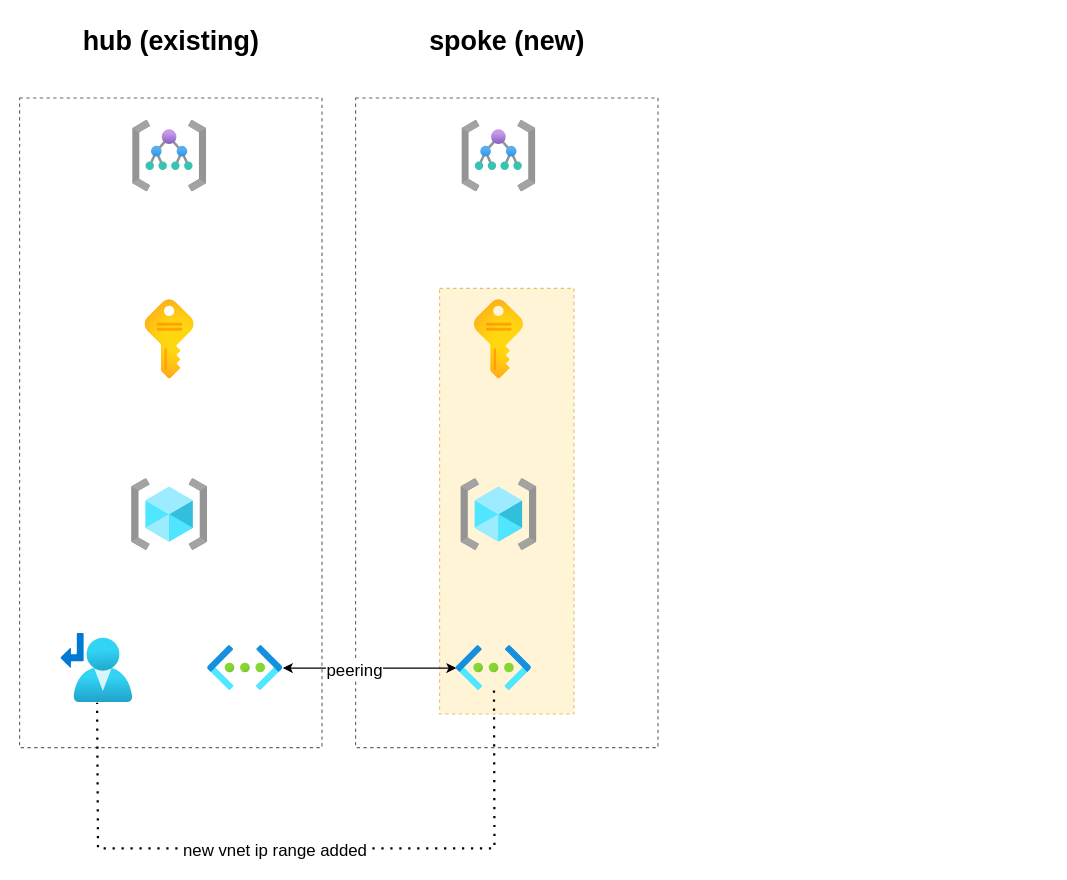
willewbank/repo keeps this draw.io diagram as Untitled Diagram.drawio. Above is the earlier version. Source tidied: cells renumbered, new cells numbered last; positions are measured from the earlier drawing's top-left corner, leaving out a move shared by most shapes. Both pictures are drawn from the tidied source at 112%, with x=0, y=0 at pixel (19, 19).
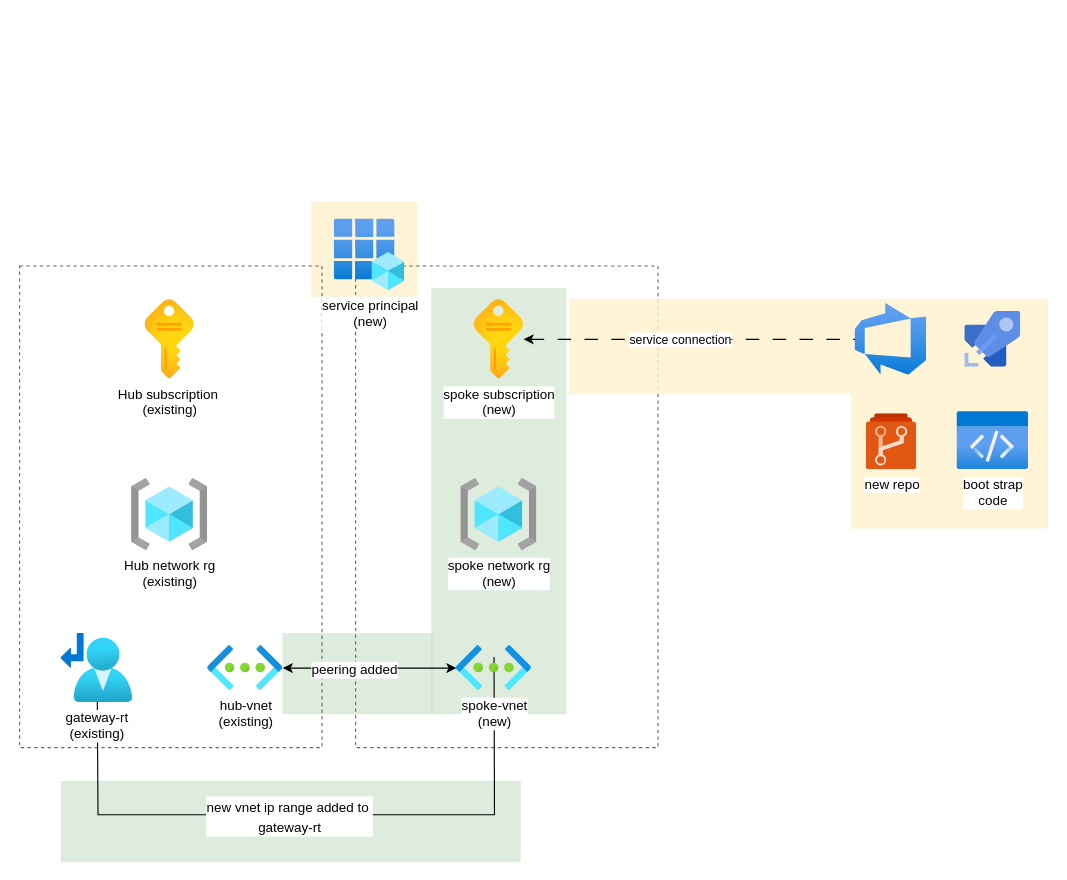
After the change.

What changed in the source:
```diff
@@
+    <mxCell id="20" style="rounded=0;whiteSpace=wrap;html=1;dashed=1;fillColor=#fff2cc;strokeColor=#d6b656;opacity=80;strokeWidth=0;" parent="1" vertex="1">
+      <mxGeometry x="743" y="250" width="175" height="204" as="geometry" />
+    </mxCell>
+    <mxCell id="21" style="rounded=0;whiteSpace=wrap;html=1;dashed=1;fillColor=#fff2cc;strokeColor=#d6b656;opacity=80;strokeWidth=0;" parent="1" vertex="1">
+      <mxGeometry x="261" y="163" width="94" height="84" as="geometry" />
+    </mxCell>
+    <mxCell id="22" style="rounded=0;whiteSpace=wrap;html=1;dashed=1;fillColor=#d5e8d4;strokeColor=#82b366;opacity=80;strokeWidth=0;" parent="1" vertex="1">
+      <mxGeometry x="37" y="680" width="410" height="72" as="geometry" />
+    </mxCell>
+    <mxCell id="23" style="rounded=0;whiteSpace=wrap;html=1;dashed=1;fillColor=#d5e8d4;strokeColor=#82b366;opacity=80;strokeWidth=0;" parent="1" vertex="1">
+      <mxGeometry x="235" y="548" width="135" height="72" as="geometry" />
+    </mxCell>
+    <mxCell id="4" style="rounded=0;whiteSpace=wrap;html=1;fillColor=none;fontColor=#333333;strokeColor=#666666;dashed=1;" parent="1" vertex="1">
+      <mxGeometry x="300" y="220" width="270" height="430" as="geometry" />
+    </mxCell>
-    <mxCell id="2" style="rounded=0;whiteSpace=wrap;html=1;dashed=1;fillColor=#fff2cc;strokeColor=#d6b656;opacity=80;" parent="1" vertex="1">
-      <mxGeometry x="375" y="240" width="120" height="380" as="geometry" />
+    <mxCell id="2" style="rounded=0;whiteSpace=wrap;html=1;dashed=1;fillColor=#d5e8d4;strokeColor=#82b366;opacity=80;strokeWidth=0;" parent="1" vertex="1">
+      <mxGeometry x="368" y="240" width="120" height="380" as="geometry" />
     </mxCell>
     <mxCell id="3" style="rounded=0;whiteSpace=wrap;html=1;fillColor=none;fontColor=#333333;strokeColor=#666666;dashed=1;" parent="1" vertex="1">
-      <mxGeometry y="70" width="270" height="580" as="geometry" />
+      <mxGeometry y="220" width="270" height="430" as="geometry" />
     </mxCell>
-    <mxCell id="4" style="rounded=0;whiteSpace=wrap;html=1;fillColor=none;fontColor=#333333;strokeColor=#666666;dashed=1;" parent="1" vertex="1">
-      <mxGeometry x="300" y="70" width="270" height="580" as="geometry" />
-    </mxCell>
-    <mxCell id="5" style="html=1;align=center;image;fontSize=12;image=img/lib/azure2/general/Resource_Groups.svg;" parent="1" vertex="1">
+    <mxCell id="5" value="Hub network rg&lt;br&gt;(existing)" style="html=1;align=center;image;fontSize=12;image=img/lib/azure2/general/Resource_Groups.svg;" parent="1" vertex="1">
       <mxGeometry x="100" y="410" width="68" height="64" as="geometry" />
     </mxCell>
-    <mxCell id="6" style="html=1;align=center;image;fontSize=12;image=img/lib/azure2/general/Subscriptions.svg;" parent="1" vertex="1">
+    <mxCell id="6" value="Hub subscription&amp;nbsp;&lt;br&gt;(existing)" style="html=1;align=center;image;fontSize=12;image=img/lib/azure2/general/Subscriptions.svg;" parent="1" vertex="1">
       <mxGeometry x="112" y="250" width="44" height="71" as="geometry" />
     </mxCell>
-    <mxCell id="7" style="html=1;align=center;image;fontSize=12;image=img/lib/azure2/general/Management_Groups.svg;" parent="1" vertex="1">
-      <mxGeometry x="101" y="90" width="66" height="64" as="geometry" />
-    </mxCell>
-    <mxCell id="8" style="edgeStyle=orthogonalEdgeStyle;rounded=0;jettySize=auto;html=1;startArrow=classic;startFill=1;" parent="1" edge="1" source="10" target="15">
-      <mxGeometry relative="1" as="geometry" />
+    <mxCell id="8" style="edgeStyle=orthogonalEdgeStyle;rounded=0;orthogonalLoop=1;jettySize=auto;html=1;startArrow=classic;startFill=1;" parent="1" edge="1">
+      <mxGeometry relative="1" as="geometry">
+        <mxPoint x="235" y="579" as="sourcePoint" />
+        <mxPoint x="390" y="579" as="targetPoint" />
+      </mxGeometry>
     </mxCell>
-    <mxCell id="9" value="peering" style="edgeLabel;html=1;align=center;verticalAlign=middle;fontSize=15;" parent="8" vertex="1">
+    <mxCell id="9" value="peering added" style="edgeLabel;html=1;align=center;verticalAlign=middle;fontSize=12;" parent="8" vertex="1">
       <mxGeometry x="-0.19" y="-1" relative="1" as="geometry" />
     </mxCell>
-    <mxCell id="10" style="html=1;points=[];align=center;image;fontSize=12;image=img/lib/azure2/networking/Virtual_Networks.svg;" parent="1" vertex="1">
+    <mxCell id="10" value="hub-vnet&lt;br&gt;(existing)" style="html=1;points=[];align=center;image;fontSize=12;image=img/lib/azure2/networking/Virtual_Networks.svg;" parent="1" vertex="1">
       <mxGeometry x="168" y="559" width="67" height="40" as="geometry" />
     </mxCell>
-    <mxCell id="11" style="html=1;points=[];align=center;image;fontSize=12;image=img/lib/azure2/networking/Route_Tables.svg;" parent="1" vertex="1">
-      <mxGeometry x="37" y="548" width="64" height="62" as="geometry" />
-    </mxCell>
-    <mxCell id="12" style="html=1;align=center;image;fontSize=12;image=img/lib/azure2/general/Resource_Groups.svg;" parent="1" vertex="1">
+    <mxCell id="12" value="spoke network rg&lt;br&gt;(new)" style="html=1;align=center;image;fontSize=12;image=img/lib/azure2/general/Resource_Groups.svg;" parent="1" vertex="1">
       <mxGeometry x="394" y="410" width="68" height="64" as="geometry" />
     </mxCell>
-    <mxCell id="13" style="html=1;points=[];align=center;image;fontSize=12;image=img/lib/azure2/general/Subscriptions.svg;" parent="1" vertex="1">
+    <mxCell id="13" value="spoke subscription&lt;br&gt;(new)" style="html=1;points=[];align=center;image;fontSize=12;image=img/lib/azure2/general/Subscriptions.svg;" parent="1" vertex="1">
       <mxGeometry x="406" y="250" width="44" height="71" as="geometry" />
     </mxCell>
-    <mxCell id="14" style="html=1;align=center;image;fontSize=12;image=img/lib/azure2/general/Management_Groups.svg;" parent="1" vertex="1">
-      <mxGeometry x="395" y="90" width="66" height="64" as="geometry" />
-    </mxCell>
-    <mxCell id="15" style="html=1;points=[];align=center;image;fontSize=12;image=img/lib/azure2/networking/Virtual_Networks.svg;" parent="1" vertex="1">
-      <mxGeometry x="390" y="559" width="67" height="40" as="geometry" />
-    </mxCell>
-    <mxCell id="16" value="hub (existing)" style="text;strokeColor=none;fillColor=none;html=1;fontSize=24;fontStyle=1;verticalAlign=middle;align=center;" parent="1" vertex="1">
-      <mxGeometry x="85" width="100" height="40" as="geometry" />
-    </mxCell>
-    <mxCell id="17" value="spoke (new)" style="text;strokeColor=none;fillColor=none;html=1;fontSize=24;fontStyle=1;verticalAlign=middle;align=center;" parent="1" vertex="1">
-      <mxGeometry x="385" width="100" height="40" as="geometry" />
-    </mxCell>
-    <mxCell id="18" style="endArrow=none;dashed=1;html=1;dashPattern=1 3;strokeWidth=2;rounded=0;" parent="1" edge="1" source="15" target="11">
+    <mxCell id="18" style="endArrow=none;html=1;strokeWidth=1;rounded=0;" parent="1" edge="1">
       <mxGeometry relative="1" as="geometry">
+        <mxPoint x="423.6" y="569" as="sourcePoint" />
+        <mxPoint x="69.2" y="580" as="targetPoint" />
         <Array as="points">
-          <mxPoint x="424" y="740" />
-          <mxPoint x="70" y="740" />
+          <mxPoint x="424" y="710" />
+          <mxPoint x="70" y="710" />
         </Array>
       </mxGeometry>
     </mxCell>
-    <mxCell id="19" value="new vnet ip range added" style="edgeLabel;html=1;align=center;verticalAlign=middle;fontSize=15;" parent="18" vertex="1">
-      <mxGeometry x="0.08" relative="1" as="geometry" />
+    <mxCell id="19" value="&lt;font style=&quot;font-size: 12px;&quot;&gt;new vnet ip range added to&amp;nbsp;&lt;br&gt;gateway-rt&lt;/font&gt;" style="edgeLabel;html=1;align=center;verticalAlign=middle;fontSize=15;" parent="18" vertex="1">
+      <mxGeometry x="0.08" relative="1" as="geometry">
+        <mxPoint x="13" as="offset" />
+      </mxGeometry>
     </mxCell>
+    <mxCell id="11" value="gateway-rt&lt;br&gt;(existing)" style="html=1;points=[];align=center;image;fontSize=12;image=img/lib/azure2/networking/Route_Tables.svg;" parent="1" vertex="1">
+      <mxGeometry x="37" y="548" width="64" height="62" as="geometry" />
+    </mxCell>
+    <mxCell id="15" value="spoke-vnet&lt;br&gt;(new)" style="html=1;points=[];align=center;image;fontSize=12;image=img/lib/azure2/networking/Virtual_Networks.svg;" parent="1" vertex="1">
+      <mxGeometry x="390" y="559" width="67" height="40" as="geometry" />
+    </mxCell>
+    <mxCell id="24" style="image;html=1;points=[];align=center;fontSize=12;image=img/lib/azure2/devops/Azure_DevOps.svg;" parent="1" vertex="1">
+      <mxGeometry x="746" y="253.5" width="64" height="64" as="geometry" />
+    </mxCell>
+    <mxCell id="25" style="image;sketch=0;html=1;align=center;fontSize=12;image=img/lib/mscae/Azure_Pipelines.svg;" parent="1" vertex="1">
+      <mxGeometry x="844" y="260.5" width="50" height="50" as="geometry" />
+    </mxCell>
+    <mxCell id="26" value="service principal&lt;br&gt;(new)" style="image;html=1;align=center;fontSize=12;image=img/lib/azure2/identity/App_Registrations.svg;" parent="1" vertex="1">
+      <mxGeometry x="281" y="178" width="63" height="64" as="geometry" />
+    </mxCell>
+    <mxCell id="27" value="new repo" style="image;sketch=0;html=1;align=center;fontSize=12;image=img/lib/mscae/Azure_Repos.svg;" parent="1" vertex="1">
+      <mxGeometry x="756" y="352" width="45" height="50" as="geometry" />
+    </mxCell>
+    <mxCell id="28" value="boot strap&lt;br&gt;code" style="image;html=1;align=center;fontSize=12;image=img/lib/azure2/general/Code.svg;" parent="1" vertex="1">
+      <mxGeometry x="837" y="350" width="64" height="52" as="geometry" />
+    </mxCell>
+    <mxCell id="29" style="rounded=0;whiteSpace=wrap;html=1;dashed=1;fillColor=#fff2cc;strokeColor=#d6b656;opacity=80;strokeWidth=0;" parent="1" vertex="1">
+      <mxGeometry x="491" y="250" width="251" height="84" as="geometry" />
+    </mxCell>
+    <mxCell id="30" style="edgeStyle=orthogonalEdgeStyle;rounded=0;jettySize=auto;html=1;startArrow=classic;startFill=1;endArrow=none;endFill=0;dashed=1;dashPattern=12 12;" parent="1" edge="1" source="13" target="24">
+      <mxGeometry relative="1" as="geometry" />
+    </mxCell>
+    <mxCell id="31" value="service connection" style="edgeLabel;html=1;align=center;verticalAlign=middle;" parent="30" vertex="1">
+      <mxGeometry x="-0.06" relative="1" as="geometry" />
+    </mxCell>
```
